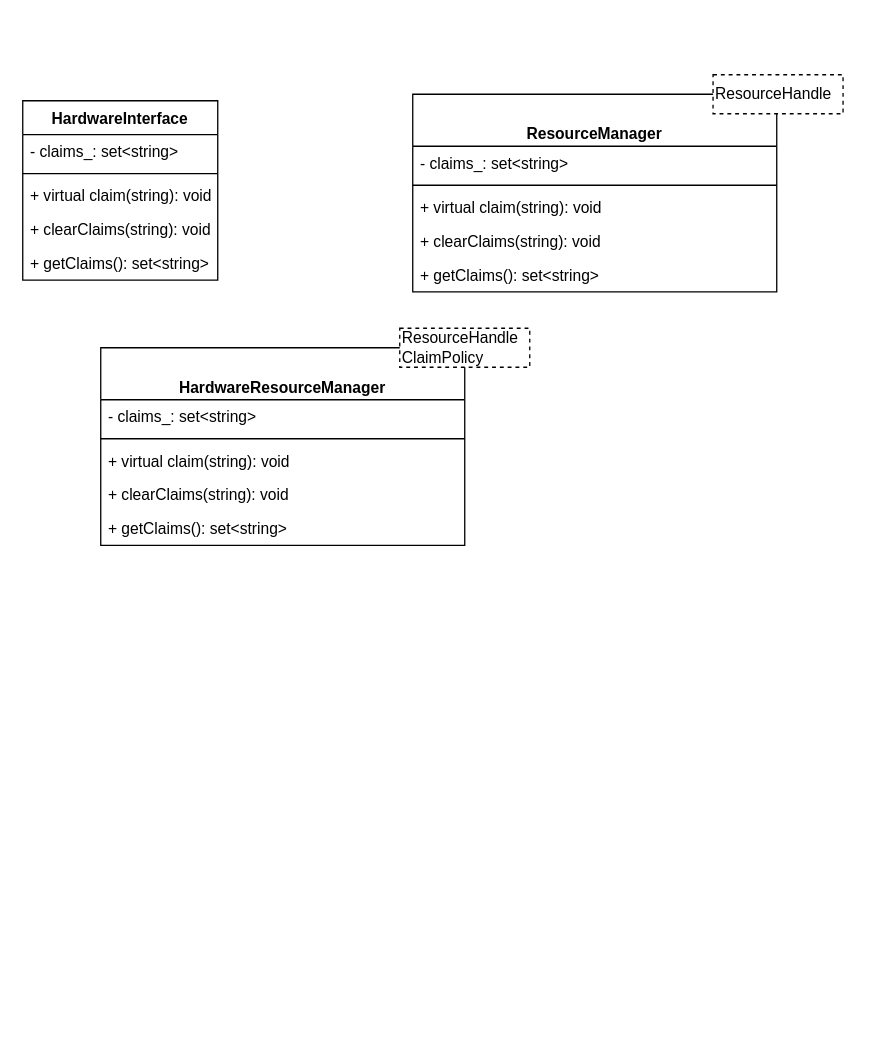
Earlier version of the draw.io diagram ros_control/ros_control.drawio (hitgavin/diagrams). Source tidied: cells renumbered, new cells numbered last; positions are measured from the earlier drawing's top-left corner, leaving out a move shared by most shapes. Both pictures are drawn from the tidied source at 130%, with x=0, y=0 at pixel (22, 74).
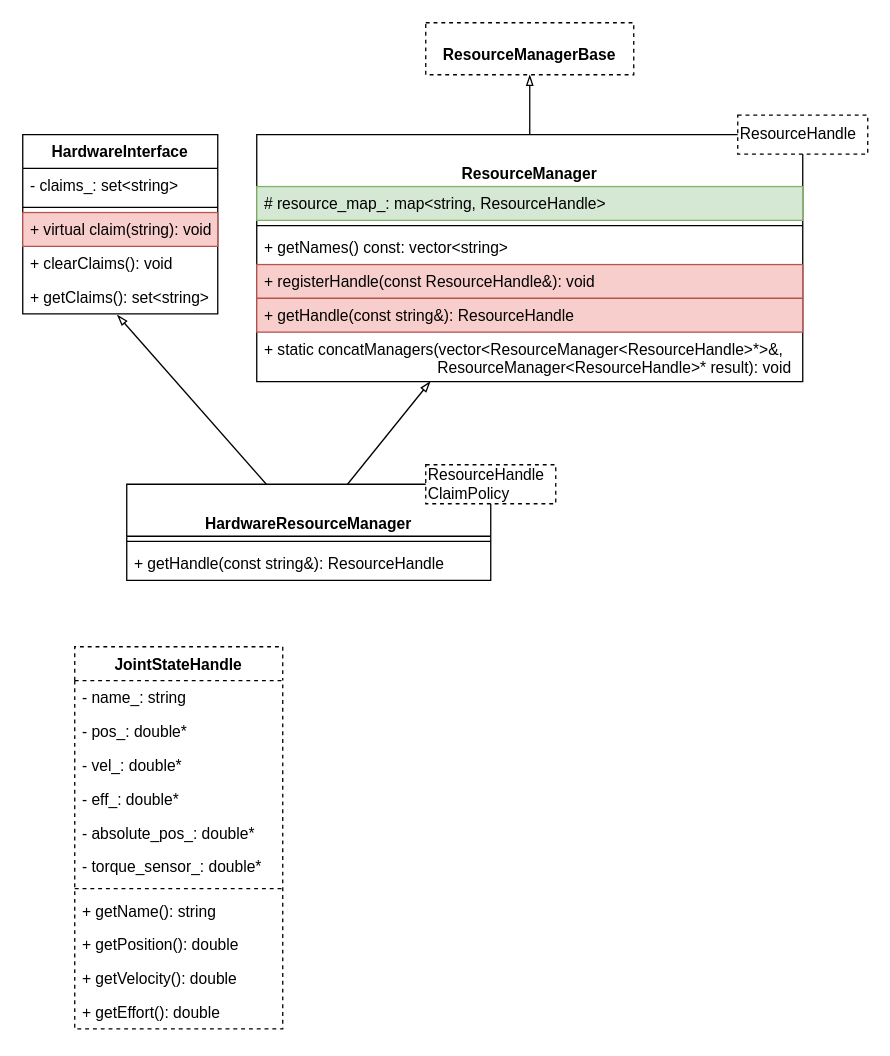
The same page after the edit.

Unchanged cells that the change refers to:
```xml
<mxCell id="7" value="+ getClaims(): set&lt;string&gt;" style="text;strokeColor=none;fillColor=none;align=left;verticalAlign=top;spacingLeft=4;spacingRight=4;overflow=hidden;points=[[0,0.5],[1,0.5]];portConstraint=eastwest;" parent="2" vertex="1">
  <mxGeometry y="112" width="150" height="26" as="geometry" />
</mxCell>
```

What changed in the source:
```diff
@@
     <mxCell id="2" value="HardwareInterface" style="swimlane;fontStyle=1;align=center;verticalAlign=top;horizontal=1;startSize=26;" parent="1" vertex="1">
-      <mxGeometry y="20" width="150" height="138" as="geometry" />
+      <mxGeometry y="46" width="150" height="138" as="geometry" />
     </mxCell>
@@
-    <mxCell id="5" value="+ virtual claim(string): void" style="text;strokeColor=none;fillColor=none;align=left;verticalAlign=top;spacingLeft=4;spacingRight=4;overflow=hidden;" parent="2" vertex="1">
+    <mxCell id="5" value="+ virtual claim(string): void" style="text;strokeColor=#b85450;fillColor=#f8cecc;align=left;verticalAlign=top;spacingLeft=4;spacingRight=4;overflow=hidden;" parent="2" vertex="1">
       <mxGeometry y="60" width="150" height="26" as="geometry" />
     </mxCell>
-    <mxCell id="6" value="+ clearClaims(string): void" style="text;strokeColor=none;fillColor=none;align=left;verticalAlign=top;spacingLeft=4;spacingRight=4;overflow=hidden;" parent="2" vertex="1">
+    <mxCell id="6" value="+ clearClaims(): void" style="text;strokeColor=none;fillColor=none;align=left;verticalAlign=top;spacingLeft=4;spacingRight=4;overflow=hidden;" parent="2" vertex="1">
       <mxGeometry y="86" width="150" height="26" as="geometry" />
     </mxCell>
@@
+    <mxCell id="22" style="rounded=0;jettySize=auto;html=1;entryX=0.485;entryY=1.034;entryDx=0;entryDy=0;entryPerimeter=0;endArrow=blockThin;endFill=0;" parent="1" edge="1" source="8" target="7">
+      <mxGeometry relative="1" as="geometry" />
+    </mxCell>
+    <mxCell id="23" style="edgeStyle=none;rounded=0;jettySize=auto;html=1;endArrow=blockThin;endFill=0;" parent="1" edge="1" source="8" target="15">
+      <mxGeometry relative="1" as="geometry" />
+    </mxCell>
     <mxCell id="8" value="HardwareResourceManager" style="swimlane;fontStyle=1;align=center;verticalAlign=bottom;horizontal=1;startSize=40;" parent="1" vertex="1">
-      <mxGeometry x="60" y="210" width="280" height="152" as="geometry" />
+      <mxGeometry x="80" y="315" width="280" height="74" as="geometry" />
     </mxCell>
-    <mxCell id="9" value="- claims_: set&lt;string&gt;" style="text;strokeColor=none;fillColor=none;align=left;verticalAlign=top;spacingLeft=4;spacingRight=4;overflow=hidden;" parent="8" vertex="1">
-      <mxGeometry y="40" width="280" height="26" as="geometry" />
-    </mxCell>
     <mxCell id="10" style="line;strokeWidth=1;fillColor=none;align=left;verticalAlign=middle;spacingTop=-1;spacingLeft=3;spacingRight=3;labelPosition=right;" parent="8" vertex="1">
-      <mxGeometry y="66" width="280" height="8" as="geometry" />
+      <mxGeometry y="40" width="280" height="8" as="geometry" />
     </mxCell>
-    <mxCell id="11" value="+ virtual claim(string): void" style="text;strokeColor=none;fillColor=none;align=left;verticalAlign=top;spacingLeft=4;spacingRight=4;overflow=hidden;" parent="8" vertex="1">
-      <mxGeometry y="74" width="280" height="26" as="geometry" />
+    <mxCell id="11" value="+ getHandle(const string&amp;): ResourceHandle" style="text;strokeColor=none;fillColor=none;align=left;verticalAlign=top;spacingLeft=4;spacingRight=4;overflow=hidden;" parent="8" vertex="1">
+      <mxGeometry y="48" width="280" height="26" as="geometry" />
     </mxCell>
-    <mxCell id="12" value="+ clearClaims(string): void" style="text;strokeColor=none;fillColor=none;align=left;verticalAlign=top;spacingLeft=4;spacingRight=4;overflow=hidden;" parent="8" vertex="1">
-      <mxGeometry y="100" width="280" height="26" as="geometry" />
-    </mxCell>
-    <mxCell id="13" value="+ getClaims(): set&lt;string&gt;" style="text;strokeColor=none;fillColor=none;align=left;verticalAlign=top;spacingLeft=4;spacingRight=4;overflow=hidden;" parent="8" vertex="1">
-      <mxGeometry y="126" width="280" height="26" as="geometry" />
-    </mxCell>
     <mxCell id="14" value="ResourceHandle&lt;br&gt;ClaimPolicy" style="rounded=0;whiteSpace=wrap;html=1;dashed=1;align=left;" parent="1" vertex="1">
-      <mxGeometry x="290" y="195" width="100" height="30" as="geometry" />
+      <mxGeometry x="310" y="300" width="100" height="30" as="geometry" />
     </mxCell>
+    <mxCell id="24" style="edgeStyle=orthogonalEdgeStyle;rounded=0;jettySize=auto;html=1;entryX=0.5;entryY=1;entryDx=0;entryDy=0;endArrow=blockThin;endFill=0;" parent="1" edge="1" source="15" target="26">
+      <mxGeometry relative="1" as="geometry" />
+    </mxCell>
     <mxCell id="15" value="ResourceManager" style="swimlane;fontStyle=1;align=center;verticalAlign=bottom;horizontal=1;startSize=40;" parent="1" vertex="1">
-      <mxGeometry x="300" y="15" width="280" height="152" as="geometry" />
+      <mxGeometry x="180" y="46" width="420" height="190" as="geometry" />
     </mxCell>
-    <mxCell id="16" value="- claims_: set&lt;string&gt;" style="text;strokeColor=none;fillColor=none;align=left;verticalAlign=top;spacingLeft=4;spacingRight=4;overflow=hidden;" parent="15" vertex="1">
-      <mxGeometry y="40" width="280" height="26" as="geometry" />
+    <mxCell id="16" value="# resource_map_: map&lt;string, ResourceHandle&gt;" style="text;strokeColor=#82b366;fillColor=#d5e8d4;align=left;verticalAlign=top;spacingLeft=4;spacingRight=4;overflow=hidden;" parent="15" vertex="1">
+      <mxGeometry y="40" width="420" height="26" as="geometry" />
     </mxCell>
     <mxCell id="17" style="line;strokeWidth=1;fillColor=none;align=left;verticalAlign=middle;spacingTop=-1;spacingLeft=3;spacingRight=3;labelPosition=right;" parent="15" vertex="1">
-      <mxGeometry y="66" width="280" height="8" as="geometry" />
+      <mxGeometry y="66" width="420" height="8" as="geometry" />
     </mxCell>
-    <mxCell id="18" value="+ virtual claim(string): void" style="text;strokeColor=none;fillColor=none;align=left;verticalAlign=top;spacingLeft=4;spacingRight=4;overflow=hidden;" parent="15" vertex="1">
-      <mxGeometry y="74" width="280" height="26" as="geometry" />
+    <mxCell id="18" value="+ getNames() const: vector&lt;string&gt;" style="text;strokeColor=none;fillColor=none;align=left;verticalAlign=top;spacingLeft=4;spacingRight=4;overflow=hidden;" parent="15" vertex="1">
+      <mxGeometry y="74" width="420" height="26" as="geometry" />
     </mxCell>
-    <mxCell id="19" value="+ clearClaims(string): void" style="text;strokeColor=none;fillColor=none;align=left;verticalAlign=top;spacingLeft=4;spacingRight=4;overflow=hidden;" parent="15" vertex="1">
-      <mxGeometry y="100" width="280" height="26" as="geometry" />
+    <mxCell id="19" value="+ registerHandle(const ResourceHandle&amp;): void" style="text;strokeColor=#b85450;fillColor=#f8cecc;align=left;verticalAlign=top;spacingLeft=4;spacingRight=4;overflow=hidden;" parent="15" vertex="1">
+      <mxGeometry y="100" width="420" height="26" as="geometry" />
     </mxCell>
-    <mxCell id="20" value="+ getClaims(): set&lt;string&gt;" style="text;strokeColor=none;fillColor=none;align=left;verticalAlign=top;spacingLeft=4;spacingRight=4;overflow=hidden;" parent="15" vertex="1">
-      <mxGeometry y="126" width="280" height="26" as="geometry" />
+    <mxCell id="20" value="+ getHandle(const string&amp;): ResourceHandle" style="text;strokeColor=#b85450;fillColor=#f8cecc;align=left;verticalAlign=top;spacingLeft=4;spacingRight=4;overflow=hidden;" parent="15" vertex="1">
+      <mxGeometry y="126" width="420" height="26" as="geometry" />
     </mxCell>
+    <mxCell id="25" value="+ static concatManagers(vector&lt;ResourceManager&lt;ResourceHandle&gt;*&gt;&amp;,&#10;                                        ResourceManager&lt;ResourceHandle&gt;* result): void" style="text;strokeColor=none;fillColor=none;align=left;verticalAlign=top;spacingLeft=4;spacingRight=4;overflow=hidden;" parent="15" vertex="1">
+      <mxGeometry y="152" width="420" height="38" as="geometry" />
+    </mxCell>
     <mxCell id="21" value="ResourceHandle" style="rounded=0;whiteSpace=wrap;html=1;dashed=1;align=left;" parent="1" vertex="1">
-      <mxGeometry x="531" width="100" height="30" as="geometry" />
+      <mxGeometry x="550" y="31" width="100" height="30" as="geometry" />
     </mxCell>
+    <mxCell id="26" value="&lt;p style=&quot;margin: 0px ; margin-top: 4px ; text-align: center&quot;&gt;&lt;br&gt;&lt;b&gt;ResourceManagerBase&lt;/b&gt;&lt;/p&gt;" style="verticalAlign=top;align=left;overflow=fill;fontSize=12;fontFamily=Helvetica;html=1;dashed=1;" parent="1" vertex="1">
+      <mxGeometry x="310" y="-40" width="160" height="40" as="geometry" />
+    </mxCell>
+    <mxCell id="27" value="JointStateHandle" style="swimlane;fontStyle=1;align=center;verticalAlign=top;horizontal=1;startSize=26;dashed=1;" parent="1" vertex="1">
+      <mxGeometry x="40" y="440" width="160" height="294" as="geometry" />
+    </mxCell>
+    <mxCell id="28" value="- name_: string" style="text;strokeColor=none;fillColor=none;align=left;verticalAlign=top;spacingLeft=4;spacingRight=4;overflow=hidden;dashed=1;" parent="27" vertex="1">
+      <mxGeometry y="26" width="160" height="26" as="geometry" />
+    </mxCell>
+    <mxCell id="29" value="- pos_: double*" style="text;strokeColor=none;fillColor=none;align=left;verticalAlign=top;spacingLeft=4;spacingRight=4;overflow=hidden;dashed=1;" parent="27" vertex="1">
+      <mxGeometry y="52" width="160" height="26" as="geometry" />
+    </mxCell>
+    <mxCell id="30" value="- vel_: double*" style="text;strokeColor=none;fillColor=none;align=left;verticalAlign=top;spacingLeft=4;spacingRight=4;overflow=hidden;dashed=1;" parent="27" vertex="1">
+      <mxGeometry y="78" width="160" height="26" as="geometry" />
+    </mxCell>
+    <mxCell id="31" value="- eff_: double*" style="text;strokeColor=none;fillColor=none;align=left;verticalAlign=top;spacingLeft=4;spacingRight=4;overflow=hidden;dashed=1;" parent="27" vertex="1">
+      <mxGeometry y="104" width="160" height="26" as="geometry" />
+    </mxCell>
+    <mxCell id="32" value="- absolute_pos_: double*" style="text;strokeColor=none;fillColor=none;align=left;verticalAlign=top;spacingLeft=4;spacingRight=4;overflow=hidden;dashed=1;" parent="27" vertex="1">
+      <mxGeometry y="130" width="160" height="26" as="geometry" />
+    </mxCell>
+    <mxCell id="33" value="- torque_sensor_: double*" style="text;strokeColor=none;fillColor=none;align=left;verticalAlign=top;spacingLeft=4;spacingRight=4;overflow=hidden;dashed=1;" parent="27" vertex="1">
+      <mxGeometry y="156" width="160" height="26" as="geometry" />
+    </mxCell>
+    <mxCell id="34" style="line;strokeWidth=1;fillColor=none;align=left;verticalAlign=middle;spacingTop=-1;spacingLeft=3;spacingRight=3;labelPosition=right;dashed=1;" parent="27" vertex="1">
+      <mxGeometry y="182" width="160" height="8" as="geometry" />
+    </mxCell>
+    <mxCell id="35" value="+ getName(): string" style="text;strokeColor=none;fillColor=none;align=left;verticalAlign=top;spacingLeft=4;spacingRight=4;overflow=hidden;dashed=1;" parent="27" vertex="1">
+      <mxGeometry y="190" width="160" height="26" as="geometry" />
+    </mxCell>
+    <mxCell id="36" value="+ getPosition(): double" style="text;strokeColor=none;fillColor=none;align=left;verticalAlign=top;spacingLeft=4;spacingRight=4;overflow=hidden;dashed=1;" parent="27" vertex="1">
+      <mxGeometry y="216" width="160" height="26" as="geometry" />
+    </mxCell>
+    <mxCell id="37" value="+ getVelocity(): double" style="text;strokeColor=none;fillColor=none;align=left;verticalAlign=top;spacingLeft=4;spacingRight=4;overflow=hidden;dashed=1;" parent="27" vertex="1">
+      <mxGeometry y="242" width="160" height="26" as="geometry" />
+    </mxCell>
+    <mxCell id="38" value="+ getEffort(): double" style="text;strokeColor=none;fillColor=none;align=left;verticalAlign=top;spacingLeft=4;spacingRight=4;overflow=hidden;dashed=1;" parent="27" vertex="1">
+      <mxGeometry y="268" width="160" height="26" as="geometry" />
+    </mxCell>
```
